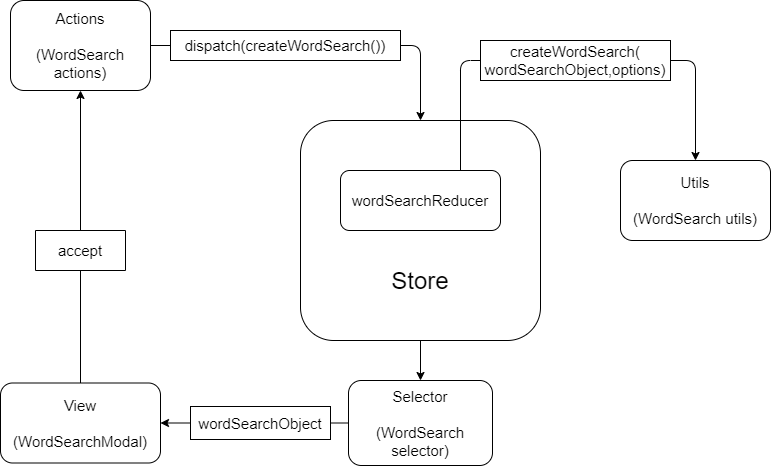
Before: Memoria/Imagenes/Bitmap/flujoCreateWordSearch.png, a diagram exported from draw.io (NILGroup/TFG-AdaptaMaterialEscolar). Source tidied: cells renumbered, new cells last; positions are measured from the earlier drawing's top-left corner, leaving out a move shared by most shapes.
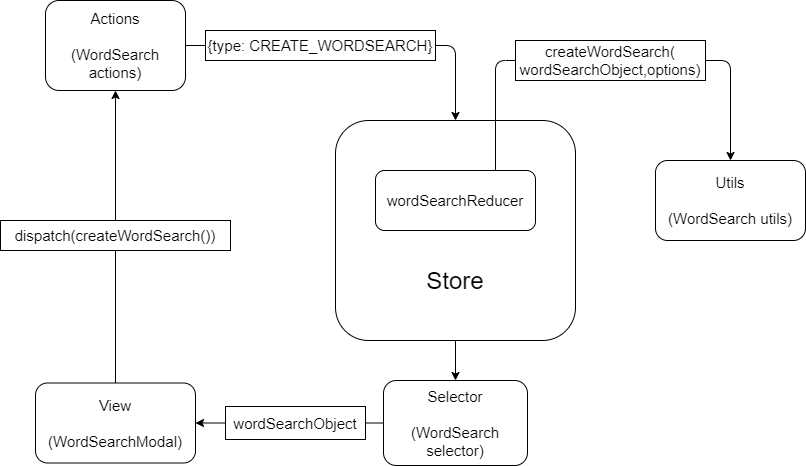
The same diagram one commit later.

Change to the diagram source:
```diff
@@ -14,9 +14,6 @@
     <mxCell id="5" value="&lt;font style=&quot;font-size: 15px&quot;&gt;Actions&lt;br&gt;&lt;br&gt;(WordSearch actions)&lt;br&gt;&lt;/font&gt;" style="rounded=1;whiteSpace=wrap;html=1;" parent="1" vertex="1">
       <mxGeometry x="10" width="140" height="90" as="geometry" />
     </mxCell>
-    <mxCell id="6" value="&lt;font style=&quot;font-size: 15px&quot;&gt;accept&lt;/font&gt;" style="rounded=0;whiteSpace=wrap;html=1;direction=south;" parent="1" vertex="1">
-      <mxGeometry x="35" y="230" width="90" height="40" as="geometry" />
-    </mxCell>
     <mxCell id="7" style="endArrow=classic;html=1;exitX=1;exitY=0.5;exitDx=0;exitDy=0;entryX=0.5;entryY=0;entryDx=0;entryDy=0;" parent="1" edge="1" source="5" target="9">
       <mxGeometry relative="1" as="geometry">
         <Array as="points">
@@ -25,7 +22,7 @@
       </mxGeometry>
     </mxCell>
     <mxCell id="8" value="&lt;font style=&quot;font-size: 15px&quot;&gt;dispatch(createWordSearch())&lt;/font&gt;" style="rounded=0;whiteSpace=wrap;html=1;" parent="1" vertex="1">
-      <mxGeometry x="170" y="30" width="230" height="30" as="geometry" />
+      <mxGeometry x="-35" y="220" width="230" height="30" as="geometry" />
     </mxCell>
     <mxCell id="9" style="rounded=1;whiteSpace=wrap;html=1;" parent="1" vertex="1">
       <mxGeometry x="300" y="120" width="240" height="220" as="geometry" />
@@ -62,5 +59,8 @@
     <mxCell id="18" value="&lt;font style=&quot;font-size: 15px&quot;&gt;createWordSearch(&lt;br&gt;wordSearchObject,options)&lt;/font&gt;" style="rounded=0;whiteSpace=wrap;html=1;" parent="1" vertex="1">
       <mxGeometry x="480" y="40" width="190" height="40" as="geometry" />
     </mxCell>
+    <mxCell id="19" value="&lt;span style=&quot;font-size: 15px&quot;&gt;{type: CREATE_WORDSEARCH}&lt;/span&gt;" style="rounded=0;whiteSpace=wrap;html=1;" parent="1" vertex="1">
+      <mxGeometry x="170" y="30" width="230" height="30" as="geometry" />
+    </mxCell>
   </root>
 </mxGraphModel>
```
